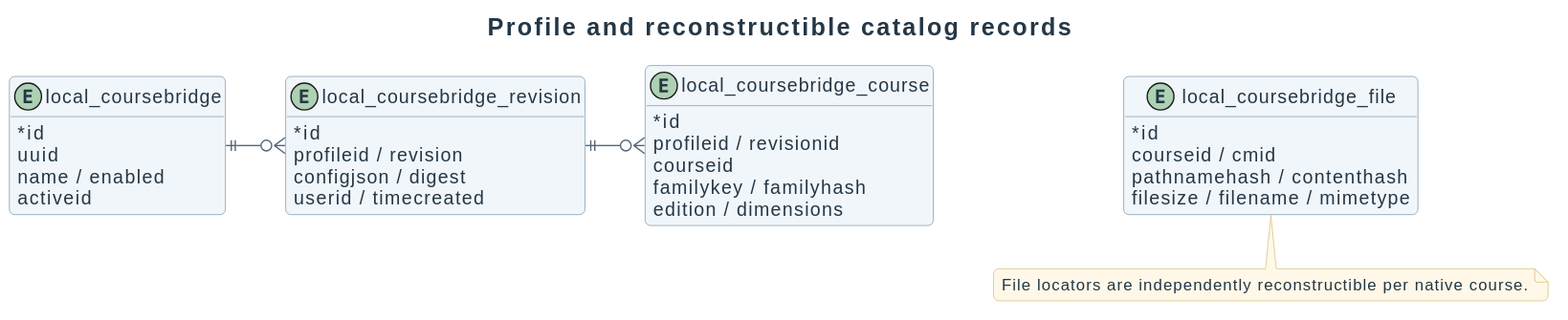
Earlier version of the PlantUML export docs/diagrams/design/catalog-data-model.svg (didactika/moodle-local_coursefiles).
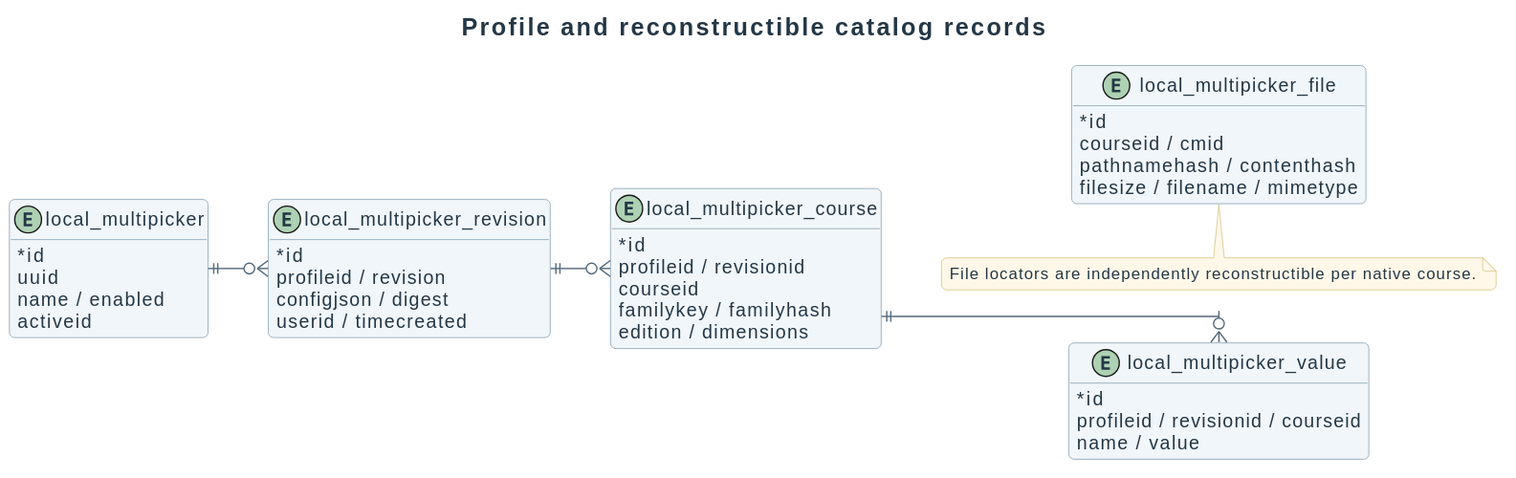
The same diagram one commit later.

Diff of the diagram source:
```diff
@@ -3,21 +3,21 @@
 title Profile and reconstructible catalog records
 left to right direction
 hide methods
-entity "local_coursebridge" as profile {
+entity "local_multipicker" as profile {
   * id
   uuid
   name / enabled
   activeid
 }
 
-entity "local_coursebridge_revision" as revision {
+entity "local_multipicker_revision" as revision {
   * id
   profileid / revision
   configjson / digest
   userid / timecreated
 }
 
-entity "local_coursebridge_course" as course {
+entity "local_multipicker_course" as course {
   * id
   profileid / revisionid
   courseid
@@ -25,15 +25,22 @@
   edition / dimensions
 }
 
-entity "local_coursebridge_file" as file {
+entity "local_multipicker_file" as file {
   * id
   courseid / cmid
   pathnamehash / contenthash
   filesize / filename / mimetype
 }
 
+entity "local_multipicker_value" as value {
+  * id
+  profileid / revisionid / courseid
+  name / value
+}
+
 profile ||--o{ revision
 revision ||--o{ course
+course ||--o{ value
 course -[hidden]down-> file
 note bottom of file : File locators are independently reconstructible per native course.
 @enduml
```
